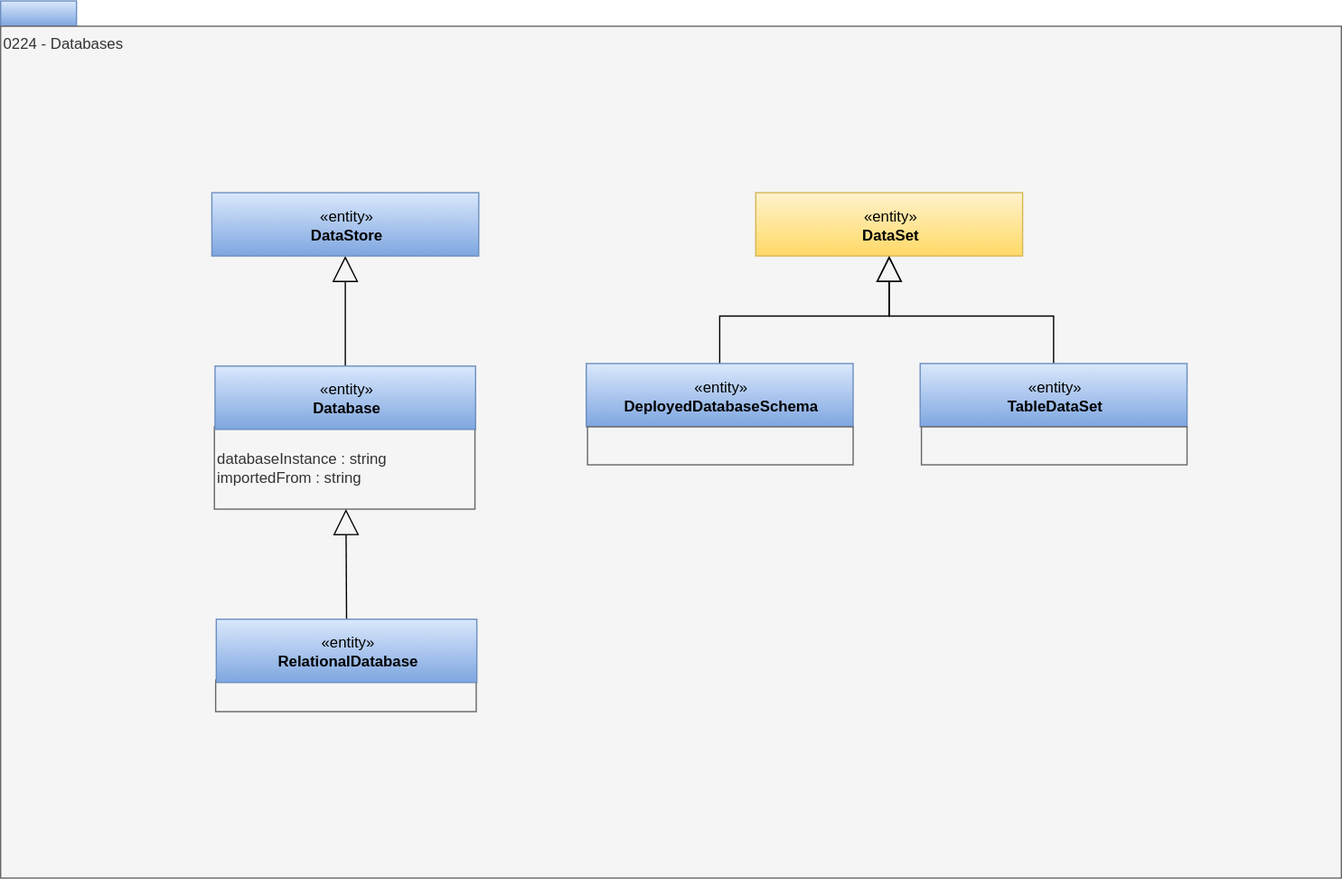
odpi/egeria-docs keeps this draw.io diagram as site/docs/types/2/0224-Databases.svg. Above is the earlier version. Source tidied: cells renumbered, new cells last; positions are measured from the earlier drawing's top-left corner, leaving out a move shared by most shapes.
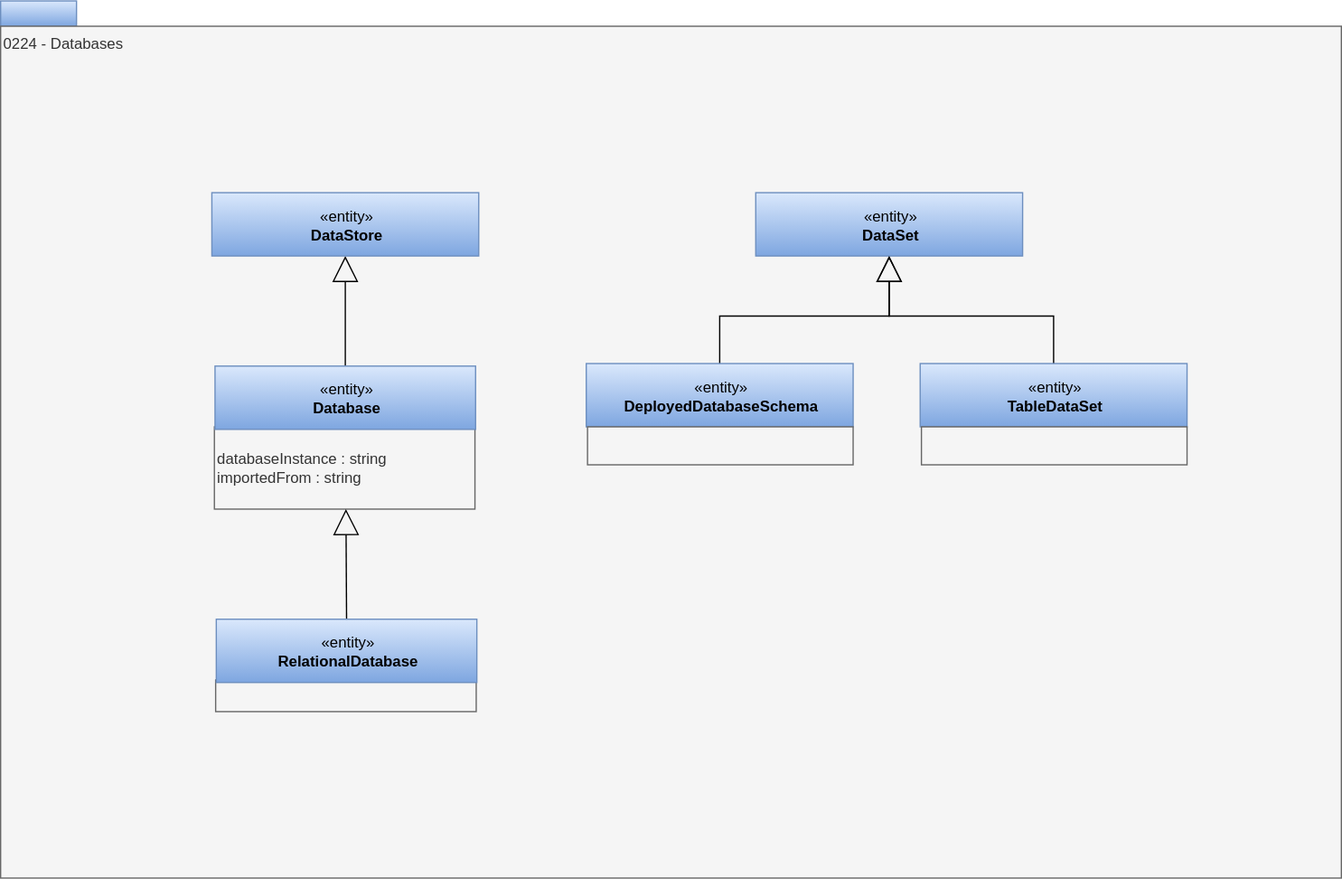
The same file after the commit.

What changed in the source:
```diff
@@ -17,7 +17,7 @@
     <mxCell id="6" style="rounded=0;whiteSpace=wrap;html=1;strokeColor=#666666;align=left;fillColor=#f5f5f5;fontColor=#333333;" parent="1" vertex="1">
       <mxGeometry x="464" y="336.5" width="210" height="30" as="geometry" />
     </mxCell>
-    <mxCell id="7" value="«entity»&lt;br&gt;&lt;b&gt;DataSet&lt;/b&gt;" style="html=1;strokeColor=#d6b656;align=center;fillColor=#fff2cc;gradientColor=#ffd966;" parent="1" vertex="1">
+    <mxCell id="7" value="«entity»&lt;br&gt;&lt;b&gt;DataSet&lt;/b&gt;" style="html=1;strokeColor=#6c8ebf;align=center;fillColor=#dae8fc;gradientColor=#7ea6e0;" parent="1" vertex="1">
       <mxGeometry x="597" y="151.5" width="211" height="50" as="geometry" />
     </mxCell>
     <mxCell id="8" value="databaseInstance : string&lt;br&gt;importedFrom : string" style="rounded=0;whiteSpace=wrap;html=1;strokeColor=#666666;align=left;fillColor=#f5f5f5;fontColor=#333333;" parent="1" vertex="1">
```
